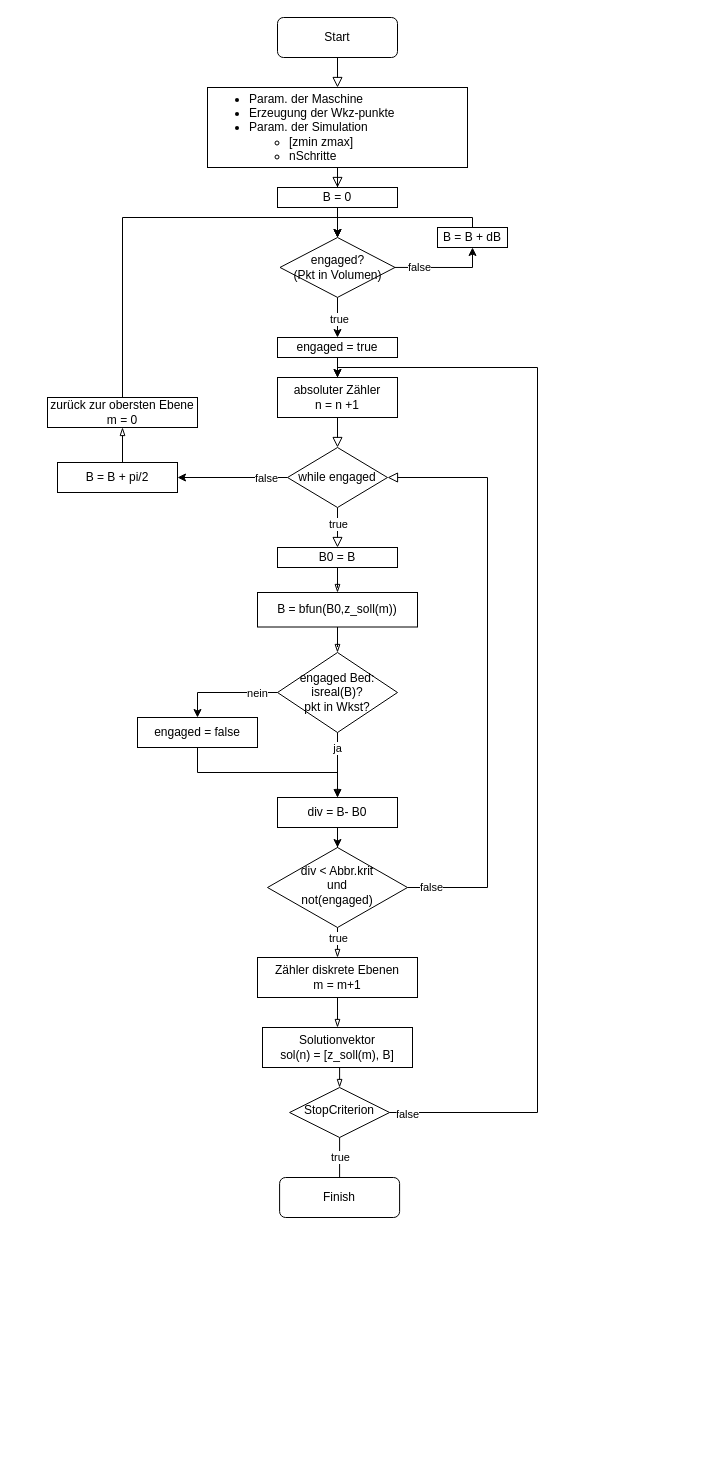
The draw.io diagram methods/vf1/vf1-flowchart.drawio in ChrisCalzolaio/ba, before the edit. Source tidied: cells renumbered, new cells numbered last; positions are measured from the earlier drawing's top-left corner, leaving out a move shared by most shapes. Both pictures are drawn from the tidied source at 100%, with x=0, y=0 at pixel (47, 17).
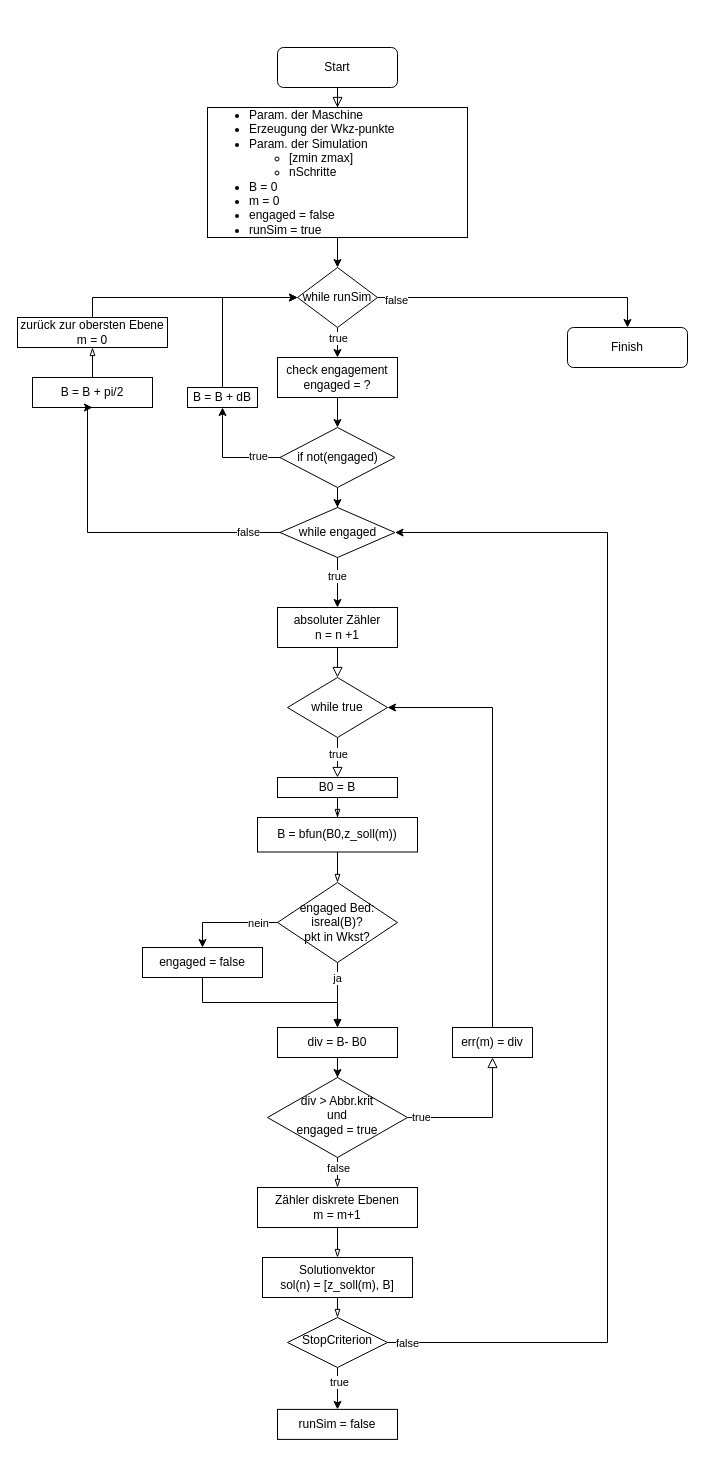
Above is the later version.

Commit message (it also covers changes not shown here):
introduction of engagement loop

Unchanged cells that the change refers to:
```xml
<mxCell id="43" style="edgeStyle=orthogonalEdgeStyle;rounded=0;jettySize=auto;html=1;endArrow=blockThin;endFill=0;" parent="1" edge="1" source="5" target="42">
  <mxGeometry relative="1" as="geometry" />
</mxCell>
```

Change to the diagram source:
```diff
@@
     <mxCell id="4" value="Start" style="rounded=1;whiteSpace=wrap;html=1;fontSize=12;glass=0;strokeWidth=1;shadow=0;" parent="1" vertex="1">
-      <mxGeometry x="230" width="120" height="40" as="geometry" />
+      <mxGeometry x="230" y="30" width="120" height="40" as="geometry" />
     </mxCell>
-    <mxCell id="5" value="div &amp;lt; Abbr.krit&lt;br&gt;und&lt;br&gt;not(engaged)" style="rhombus;whiteSpace=wrap;html=1;shadow=0;fontFamily=Helvetica;fontSize=12;align=center;strokeWidth=1;spacing=6;spacingTop=-4;" parent="1" vertex="1">
-      <mxGeometry x="220" y="830" width="140" height="80" as="geometry" />
+    <mxCell id="5" value="div &amp;gt; Abbr.krit&lt;br&gt;und&lt;br&gt;engaged = true" style="rhombus;whiteSpace=wrap;html=1;shadow=0;fontFamily=Helvetica;fontSize=12;align=center;strokeWidth=1;spacing=6;spacingTop=-4;" parent="1" vertex="1">
+      <mxGeometry x="220" y="1060" width="140" height="80" as="geometry" />
     </mxCell>
-    <mxCell id="6" value="&lt;ul&gt;&lt;li&gt;Param. der Maschine&lt;/li&gt;&lt;li&gt;Erzeugung der Wkz-punkte&lt;/li&gt;&lt;li&gt;Param. der Simulation&lt;/li&gt;&lt;ul&gt;&lt;li&gt;[zmin zmax]&lt;/li&gt;&lt;li&gt;nSchritte&lt;/li&gt;&lt;/ul&gt;&lt;/ul&gt;" style="rounded=0;whiteSpace=wrap;html=1;align=left;" parent="1" vertex="1">
-      <mxGeometry x="160" y="70" width="260" height="80" as="geometry" />
+    <mxCell id="6" value="&lt;ul&gt;&lt;li&gt;Param. der Maschine&lt;/li&gt;&lt;li&gt;Erzeugung der Wkz-punkte&lt;/li&gt;&lt;li&gt;Param. der Simulation&lt;/li&gt;&lt;ul&gt;&lt;li&gt;[zmin zmax]&lt;/li&gt;&lt;li&gt;nSchritte&lt;/li&gt;&lt;/ul&gt;&lt;li&gt;B = 0&lt;/li&gt;&lt;li&gt;m = 0&lt;/li&gt;&lt;li&gt;engaged = false&lt;/li&gt;&lt;li&gt;runSim = true&lt;/li&gt;&lt;/ul&gt;" style="rounded=0;whiteSpace=wrap;html=1;align=left;" parent="1" vertex="1">
+      <mxGeometry x="160" y="90" width="260" height="130" as="geometry" />
     </mxCell>
@@
     <mxCell id="9" value="B0 = B" style="rounded=0;whiteSpace=wrap;html=1;" parent="1" vertex="1">
-      <mxGeometry x="230" y="530" width="120" height="20" as="geometry" />
+      <mxGeometry x="230" y="760" width="120" height="20" as="geometry" />
     </mxCell>
     <mxCell id="10" value="B = bfun(B0,z_soll(m))" style="rounded=0;whiteSpace=wrap;html=1;" parent="1" vertex="1">
-      <mxGeometry x="210" y="575" width="160" height="34.5" as="geometry" />
+      <mxGeometry x="210" y="800" width="160" height="34.5" as="geometry" />
     </mxCell>
-    <mxCell id="11" style="edgeStyle=orthogonalEdgeStyle;rounded=0;jettySize=auto;html=1;entryX=0.5;entryY=0;entryDx=0;entryDy=0;" parent="1" edge="1" source="51" target="32">
+    <mxCell id="11" style="edgeStyle=orthogonalEdgeStyle;rounded=0;jettySize=auto;html=1;entryX=0.5;entryY=0;entryDx=0;entryDy=0;" parent="1" edge="1" source="65" target="32">
       <mxGeometry relative="1" as="geometry" />
     </mxCell>
-    <mxCell id="12" value="B = 0" style="rounded=0;whiteSpace=wrap;html=1;" parent="1" vertex="1">
-      <mxGeometry x="230" y="170" width="120" height="20" as="geometry" />
-    </mxCell>
-    <mxCell id="13" style="rounded=0;html=1;jettySize=auto;fontSize=11;endArrow=block;endFill=0;endSize=8;strokeWidth=1;shadow=0;labelBackgroundColor=none;edgeStyle=orthogonalEdgeStyle;" parent="1" edge="1" source="6" target="12">
-      <mxGeometry relative="1" as="geometry" />
-    </mxCell>
+    <mxCell id="54" value="true" style="edgeLabel;html=1;align=center;verticalAlign=middle;" parent="11" vertex="1">
+      <mxGeometry x="-0.27" y="-1" relative="1" as="geometry" />
+    </mxCell>
@@
     <mxCell id="16" value="engaged Bed:&lt;br&gt;isreal(B)?&lt;br&gt;pkt in Wkst?" style="rhombus;whiteSpace=wrap;html=1;" parent="1" vertex="1">
-      <mxGeometry x="230" y="635" width="120" height="80" as="geometry" />
+      <mxGeometry x="230" y="865" width="120" height="80" as="geometry" />
     </mxCell>
@@
     <mxCell id="19" value="B = B + pi/2" style="rounded=0;whiteSpace=wrap;html=1;" parent="1" vertex="1">
-      <mxGeometry x="10" y="445" width="120" height="30" as="geometry" />
+      <mxGeometry x="-15" y="360" width="120" height="30" as="geometry" />
     </mxCell>
-    <mxCell id="20" style="edgeStyle=orthogonalEdgeStyle;rounded=0;jettySize=auto;html=1;exitX=0.5;exitY=0;exitDx=0;exitDy=0;entryX=0.5;entryY=0;entryDx=0;entryDy=0;" parent="1" edge="1" source="21" target="47">
-      <mxGeometry relative="1" as="geometry" />
-    </mxCell>
+    <mxCell id="55" style="edgeStyle=orthogonalEdgeStyle;rounded=0;jettySize=auto;html=1;exitX=0.5;exitY=0;exitDx=0;exitDy=0;entryX=0;entryY=0.5;entryDx=0;entryDy=0;" parent="1" edge="1" source="21" target="72">
+      <mxGeometry relative="1" as="geometry" />
+    </mxCell>
     <mxCell id="21" value="zurück zur obersten Ebene&lt;br&gt;m = 0" style="rounded=0;whiteSpace=wrap;html=1;" parent="1" vertex="1">
-      <mxGeometry y="380" width="150" height="30" as="geometry" />
+      <mxGeometry x="-30" y="300" width="150" height="30" as="geometry" />
     </mxCell>
@@
     <mxCell id="23" value="Solutionvektor&lt;br&gt;sol(n) = [z_soll(m), B]" style="rounded=0;whiteSpace=wrap;html=1;" parent="1" vertex="1">
-      <mxGeometry x="215" y="1010" width="150" height="40" as="geometry" />
+      <mxGeometry x="215" y="1240" width="150" height="40" as="geometry" />
     </mxCell>
@@
-    <mxCell id="25" style="edgeStyle=orthogonalEdgeStyle;rounded=0;jettySize=auto;html=1;exitX=0.5;exitY=1;exitDx=0;exitDy=0;entryX=0.5;entryY=0;entryDx=0;entryDy=0;endArrow=blockThin;endFill=0;" parent="1" edge="1" source="29" target="30">
-      <mxGeometry relative="1" as="geometry">
-        <Array as="points">
-          <mxPoint x="292.1" y="1165" />
-          <mxPoint x="292.1" y="1165" />
-        </Array>
-      </mxGeometry>
-    </mxCell>
-    <mxCell id="26" value="true" style="edgeLabel;html=1;align=center;verticalAlign=middle;" parent="25" vertex="1">
-      <mxGeometry x="-0.26" relative="1" as="geometry" />
-    </mxCell>
-    <mxCell id="27" style="edgeStyle=orthogonalEdgeStyle;rounded=0;jettySize=auto;html=1;entryX=0.5;entryY=0;entryDx=0;entryDy=0;labelBackgroundColor=#ffffff;" parent="1" edge="1" source="29" target="32">
-      <mxGeometry relative="1" as="geometry">
-        <Array as="points">
-          <mxPoint x="490" y="1095" />
-          <mxPoint x="490" y="350" />
-          <mxPoint x="290" y="350" />
-        </Array>
-      </mxGeometry>
-    </mxCell>
-    <mxCell id="28" value="false" style="edgeLabel;html=1;align=center;verticalAlign=middle;" parent="27" vertex="1">
-      <mxGeometry x="-0.97" y="-1" relative="1" as="geometry" />
-    </mxCell>
+    <mxCell id="56" style="edgeStyle=orthogonalEdgeStyle;rounded=0;jettySize=auto;html=1;exitX=1;exitY=0.5;exitDx=0;exitDy=0;entryX=1;entryY=0.5;entryDx=0;entryDy=0;" parent="1" edge="1" source="29" target="65">
+      <mxGeometry relative="1" as="geometry">
+        <Array as="points">
+          <mxPoint x="560" y="1325" />
+          <mxPoint x="560" y="515" />
+        </Array>
+      </mxGeometry>
+    </mxCell>
+    <mxCell id="57" value="false" style="edgeLabel;html=1;align=center;verticalAlign=middle;" parent="56" vertex="1">
+      <mxGeometry x="-0.98" y="1" relative="1" as="geometry">
+        <mxPoint x="7.6" y="1" as="offset" />
+      </mxGeometry>
+    </mxCell>
+    <mxCell id="58" style="edgeStyle=orthogonalEdgeStyle;rounded=0;jettySize=auto;html=1;exitX=0.5;exitY=1;exitDx=0;exitDy=0;entryX=0.5;entryY=0;entryDx=0;entryDy=0;" parent="1" edge="1" source="29" target="74">
+      <mxGeometry relative="1" as="geometry" />
+    </mxCell>
+    <mxCell id="59" value="true" style="edgeLabel;html=1;align=center;verticalAlign=middle;" parent="58" vertex="1">
+      <mxGeometry x="-0.31" y="1" relative="1" as="geometry" />
+    </mxCell>
     <mxCell id="29" value="StopCriterion" style="rhombus;whiteSpace=wrap;html=1;shadow=0;fontFamily=Helvetica;fontSize=12;align=center;strokeWidth=1;spacing=6;spacingTop=-4;" parent="1" vertex="1">
-      <mxGeometry x="242.1" y="1070" width="100" height="50" as="geometry" />
+      <mxGeometry x="240" y="1300" width="100" height="50" as="geometry" />
     </mxCell>
-    <mxCell id="30" value="Finish" style="rounded=1;whiteSpace=wrap;html=1;" parent="1" vertex="1">
-      <mxGeometry x="232.1" y="1160" width="120" height="40" as="geometry" />
-    </mxCell>
@@
     <mxCell id="32" value="absoluter Zähler&lt;br&gt;n = n +1" style="rounded=0;whiteSpace=wrap;html=1;" parent="1" vertex="1">
-      <mxGeometry x="230" y="360" width="120" height="40" as="geometry" />
+      <mxGeometry x="230" y="590" width="120" height="40" as="geometry" />
     </mxCell>
-    <mxCell id="33" value="false" style="edgeStyle=orthogonalEdgeStyle;rounded=0;html=1;jettySize=auto;fontSize=11;endArrow=block;endFill=0;endSize=8;strokeWidth=1;shadow=0;labelBackgroundColor=#ffffff;entryX=1;entryY=0.5;entryDx=0;entryDy=0;exitX=1;exitY=0.5;exitDx=0;exitDy=0;" parent="1" edge="1" source="5" target="36">
-      <mxGeometry x="-0.92" relative="1" as="geometry">
-        <Array as="points">
-          <mxPoint x="440" y="870" />
-          <mxPoint x="440" y="460" />
-        </Array>
-      </mxGeometry>
-    </mxCell>
-    <mxCell id="34" style="edgeStyle=orthogonalEdgeStyle;rounded=0;jettySize=auto;html=1;exitX=0;exitY=0.5;exitDx=0;exitDy=0;" parent="1" edge="1" source="36" target="19">
-      <mxGeometry relative="1" as="geometry" />
-    </mxCell>
-    <mxCell id="35" value="false" style="edgeLabel;html=1;align=center;verticalAlign=middle;" parent="34" vertex="1">
-      <mxGeometry x="-0.6" relative="1" as="geometry" />
-    </mxCell>
-    <mxCell id="36" value="while engaged" style="rhombus;whiteSpace=wrap;html=1;" parent="1" vertex="1">
-      <mxGeometry x="240" y="430" width="100" height="60" as="geometry" />
+    <mxCell id="36" value="while true" style="rhombus;whiteSpace=wrap;html=1;" parent="1" vertex="1">
+      <mxGeometry x="240" y="660" width="100" height="60" as="geometry" />
     </mxCell>
@@
     <mxCell id="39" value="engaged = false" style="rounded=0;whiteSpace=wrap;html=1;" parent="1" vertex="1">
-      <mxGeometry x="90" y="700" width="120" height="30" as="geometry" />
+      <mxGeometry x="95" y="930" width="120" height="30" as="geometry" />
     </mxCell>
@@
     <mxCell id="41" value="div = B- B0" style="rounded=0;whiteSpace=wrap;html=1;" parent="1" vertex="1">
-      <mxGeometry x="230" y="780" width="120" height="30" as="geometry" />
+      <mxGeometry x="230" y="1010" width="120" height="30" as="geometry" />
     </mxCell>
     <mxCell id="42" value="Zähler diskrete Ebenen&lt;br&gt;m = m+1" style="rounded=0;whiteSpace=wrap;html=1;" parent="1" vertex="1">
-      <mxGeometry x="210" y="940" width="160" height="40" as="geometry" />
+      <mxGeometry x="210" y="1170" width="160" height="40" as="geometry" />
     </mxCell>
@@
-    <mxCell id="44" value="true" style="edgeLabel;html=1;align=center;verticalAlign=middle;" parent="43" vertex="1">
+    <mxCell id="44" value="false" style="edgeLabel;html=1;align=center;verticalAlign=middle;" parent="43" vertex="1">
       <mxGeometry x="-0.77" y="-1" relative="1" as="geometry">
         <mxPoint x="1" y="4.4" as="offset" />
       </mxGeometry>
     </mxCell>
-    <mxCell id="45" style="edgeStyle=orthogonalEdgeStyle;rounded=0;jettySize=auto;html=1;exitX=1;exitY=0.5;exitDx=0;exitDy=0;entryX=0.5;entryY=1;entryDx=0;entryDy=0;labelBackgroundColor=#ffffff;" parent="1" edge="1" source="47" target="50">
-      <mxGeometry relative="1" as="geometry">
-        <Array as="points">
-          <mxPoint x="425" y="250" />
-        </Array>
-      </mxGeometry>
+    <mxCell id="45" style="edgeStyle=orthogonalEdgeStyle;rounded=0;jettySize=auto;html=1;exitX=0;exitY=0.5;exitDx=0;exitDy=0;entryX=0.5;entryY=1;entryDx=0;entryDy=0;" parent="1" edge="1" source="47" target="50">
+      <mxGeometry relative="1" as="geometry" />
     </mxCell>
-    <mxCell id="46" value="false" style="edgeLabel;html=1;align=center;verticalAlign=middle;" parent="45" vertex="1">
-      <mxGeometry x="-0.62" y="1" relative="1" as="geometry">
-        <mxPoint x="4.7" y="1" as="offset" />
-      </mxGeometry>
-    </mxCell>
+    <mxCell id="60" value="true" style="edgeLabel;html=1;align=center;verticalAlign=middle;" parent="45" vertex="1">
+      <mxGeometry x="-0.59" y="-2" relative="1" as="geometry" />
+    </mxCell>
+    <mxCell id="61" style="edgeStyle=orthogonalEdgeStyle;rounded=0;jettySize=auto;html=1;entryX=0.5;entryY=0;entryDx=0;entryDy=0;" parent="1" edge="1" source="47" target="65">
+      <mxGeometry relative="1" as="geometry" />
+    </mxCell>
-    <mxCell id="47" value="engaged?&lt;br&gt;(Pkt in Volumen)" style="rhombus;whiteSpace=wrap;html=1;" parent="1" vertex="1">
-      <mxGeometry x="232.5" y="220" width="115" height="59.9" as="geometry" />
+    <mxCell id="47" value="if not(engaged)" style="rhombus;whiteSpace=wrap;html=1;" parent="1" vertex="1">
+      <mxGeometry x="232.5" y="410" width="115" height="60" as="geometry" />
     </mxCell>
-    <mxCell id="48" style="edgeStyle=orthogonalEdgeStyle;rounded=0;jettySize=auto;html=1;entryX=0.5;entryY=0;entryDx=0;entryDy=0;" parent="1" edge="1" source="12" target="47">
-      <mxGeometry relative="1" as="geometry" />
-    </mxCell>
-    <mxCell id="49" style="edgeStyle=orthogonalEdgeStyle;rounded=0;jettySize=auto;html=1;exitX=0.5;exitY=0;exitDx=0;exitDy=0;entryX=0.5;entryY=0;entryDx=0;entryDy=0;labelBackgroundColor=#ffffff;" parent="1" edge="1" source="50" target="47">
-      <mxGeometry relative="1" as="geometry">
-        <Array as="points">
-          <mxPoint x="425" y="200" />
-          <mxPoint x="290" y="200" />
-        </Array>
-      </mxGeometry>
-    </mxCell>
+    <mxCell id="62" style="edgeStyle=orthogonalEdgeStyle;rounded=0;jettySize=auto;html=1;exitX=0.5;exitY=0;exitDx=0;exitDy=0;entryX=0;entryY=0.5;entryDx=0;entryDy=0;" parent="1" edge="1" source="50" target="72">
+      <mxGeometry relative="1" as="geometry" />
+    </mxCell>
     <mxCell id="50" value="B = B + dB" style="rounded=0;whiteSpace=wrap;html=1;" parent="1" vertex="1">
-      <mxGeometry x="390" y="210" width="70" height="20" as="geometry" />
+      <mxGeometry x="140" y="370" width="70" height="20" as="geometry" />
     </mxCell>
-    <mxCell id="51" value="engaged = true" style="rounded=0;whiteSpace=wrap;html=1;" parent="1" vertex="1">
-      <mxGeometry x="230" y="320" width="120" height="20" as="geometry" />
-    </mxCell>
-    <mxCell id="52" style="edgeStyle=orthogonalEdgeStyle;rounded=0;jettySize=auto;html=1;entryX=0.5;entryY=0;entryDx=0;entryDy=0;" parent="1" edge="1" source="47" target="51">
-      <mxGeometry relative="1" as="geometry" />
-    </mxCell>
-    <mxCell id="53" value="true" style="edgeLabel;html=1;align=center;verticalAlign=middle;" parent="52" vertex="1">
-      <mxGeometry x="0.1" y="1" relative="1" as="geometry" />
-    </mxCell>
+    <mxCell id="63" style="edgeStyle=orthogonalEdgeStyle;rounded=0;jettySize=auto;html=1;entryX=0.5;entryY=1;entryDx=0;entryDy=0;" parent="1" edge="1" source="65" target="19">
+      <mxGeometry relative="1" as="geometry">
+        <Array as="points">
+          <mxPoint x="40" y="515" />
+          <mxPoint x="40" y="390" />
+        </Array>
+      </mxGeometry>
+    </mxCell>
+    <mxCell id="64" value="false" style="edgeLabel;html=1;align=center;verticalAlign=middle;" parent="63" vertex="1">
+      <mxGeometry x="-0.8" y="-1" relative="1" as="geometry" />
+    </mxCell>
+    <mxCell id="65" value="while engaged" style="rhombus;whiteSpace=wrap;html=1;" parent="1" vertex="1">
+      <mxGeometry x="232.5" y="490" width="115" height="50" as="geometry" />
+    </mxCell>
+    <mxCell id="66" style="edgeStyle=orthogonalEdgeStyle;rounded=0;jettySize=auto;html=1;entryX=1;entryY=0.5;entryDx=0;entryDy=0;" parent="1" edge="1" source="67" target="36">
+      <mxGeometry relative="1" as="geometry">
+        <Array as="points">
+          <mxPoint x="445" y="689.9" />
+        </Array>
+      </mxGeometry>
+    </mxCell>
+    <mxCell id="67" value="err(m) = div" style="rounded=0;whiteSpace=wrap;html=1;" parent="1" vertex="1">
+      <mxGeometry x="405" y="1010" width="80" height="30" as="geometry" />
+    </mxCell>
+    <mxCell id="68" value="true" style="edgeStyle=orthogonalEdgeStyle;rounded=0;html=1;jettySize=auto;fontSize=11;endArrow=block;endFill=0;endSize=8;strokeWidth=1;shadow=0;labelBackgroundColor=#ffffff;entryX=0.5;entryY=1;entryDx=0;entryDy=0;exitX=1;exitY=0.5;exitDx=0;exitDy=0;" parent="1" edge="1" source="5" target="67">
+      <mxGeometry x="-0.81" relative="1" as="geometry">
+        <Array as="points">
+          <mxPoint x="445" y="1099.9" />
+        </Array>
+      </mxGeometry>
+    </mxCell>
+    <mxCell id="69" style="edgeStyle=orthogonalEdgeStyle;rounded=0;jettySize=auto;html=1;exitX=0.5;exitY=1;exitDx=0;exitDy=0;entryX=0.5;entryY=0;entryDx=0;entryDy=0;" parent="1" edge="1" source="75" target="47">
+      <mxGeometry relative="1" as="geometry">
+        <Array as="points">
+          <mxPoint x="290" y="400" />
+          <mxPoint x="290" y="400" />
+        </Array>
+      </mxGeometry>
+    </mxCell>
+    <mxCell id="70" style="edgeStyle=orthogonalEdgeStyle;rounded=0;jettySize=auto;html=1;exitX=1;exitY=0.5;exitDx=0;exitDy=0;entryX=0.5;entryY=0;entryDx=0;entryDy=0;" parent="1" edge="1" source="72" target="30">
+      <mxGeometry relative="1" as="geometry" />
+    </mxCell>
+    <mxCell id="71" value="false" style="edgeLabel;html=1;align=center;verticalAlign=middle;" parent="70" vertex="1">
+      <mxGeometry x="-0.87" y="-2" relative="1" as="geometry" />
+    </mxCell>
+    <mxCell id="72" value="while runSim" style="rhombus;whiteSpace=wrap;html=1;" parent="1" vertex="1">
+      <mxGeometry x="250" y="250" width="80" height="60" as="geometry" />
+    </mxCell>
+    <mxCell id="73" style="edgeStyle=orthogonalEdgeStyle;rounded=0;jettySize=auto;html=1;exitX=0.5;exitY=1;exitDx=0;exitDy=0;entryX=0.5;entryY=0;entryDx=0;entryDy=0;" parent="1" edge="1" source="6" target="72">
+      <mxGeometry relative="1" as="geometry" />
+    </mxCell>
+    <mxCell id="30" value="Finish" style="rounded=1;whiteSpace=wrap;html=1;" parent="1" vertex="1">
+      <mxGeometry x="520" y="310" width="120" height="40" as="geometry" />
+    </mxCell>
+    <mxCell id="74" value="runSim = false" style="rounded=0;whiteSpace=wrap;html=1;" parent="1" vertex="1">
+      <mxGeometry x="230" y="1391.9" width="120" height="30" as="geometry" />
+    </mxCell>
+    <mxCell id="75" value="check engagement&lt;br&gt;engaged = ?" style="rounded=0;whiteSpace=wrap;html=1;" parent="1" vertex="1">
+      <mxGeometry x="230" y="340" width="120" height="40" as="geometry" />
+    </mxCell>
+    <mxCell id="76" style="edgeStyle=orthogonalEdgeStyle;rounded=0;jettySize=auto;html=1;exitX=0.5;exitY=1;exitDx=0;exitDy=0;entryX=0.5;entryY=0;entryDx=0;entryDy=0;" parent="1" edge="1" source="72" target="75">
+      <mxGeometry relative="1" as="geometry" />
+    </mxCell>
+    <mxCell id="77" value="true" style="edgeLabel;html=1;align=center;verticalAlign=middle;" parent="76" vertex="1">
+      <mxGeometry x="-0.75" y="-3" relative="1" as="geometry">
+        <mxPoint x="3" y="6.1" as="offset" />
+      </mxGeometry>
+    </mxCell>
```
